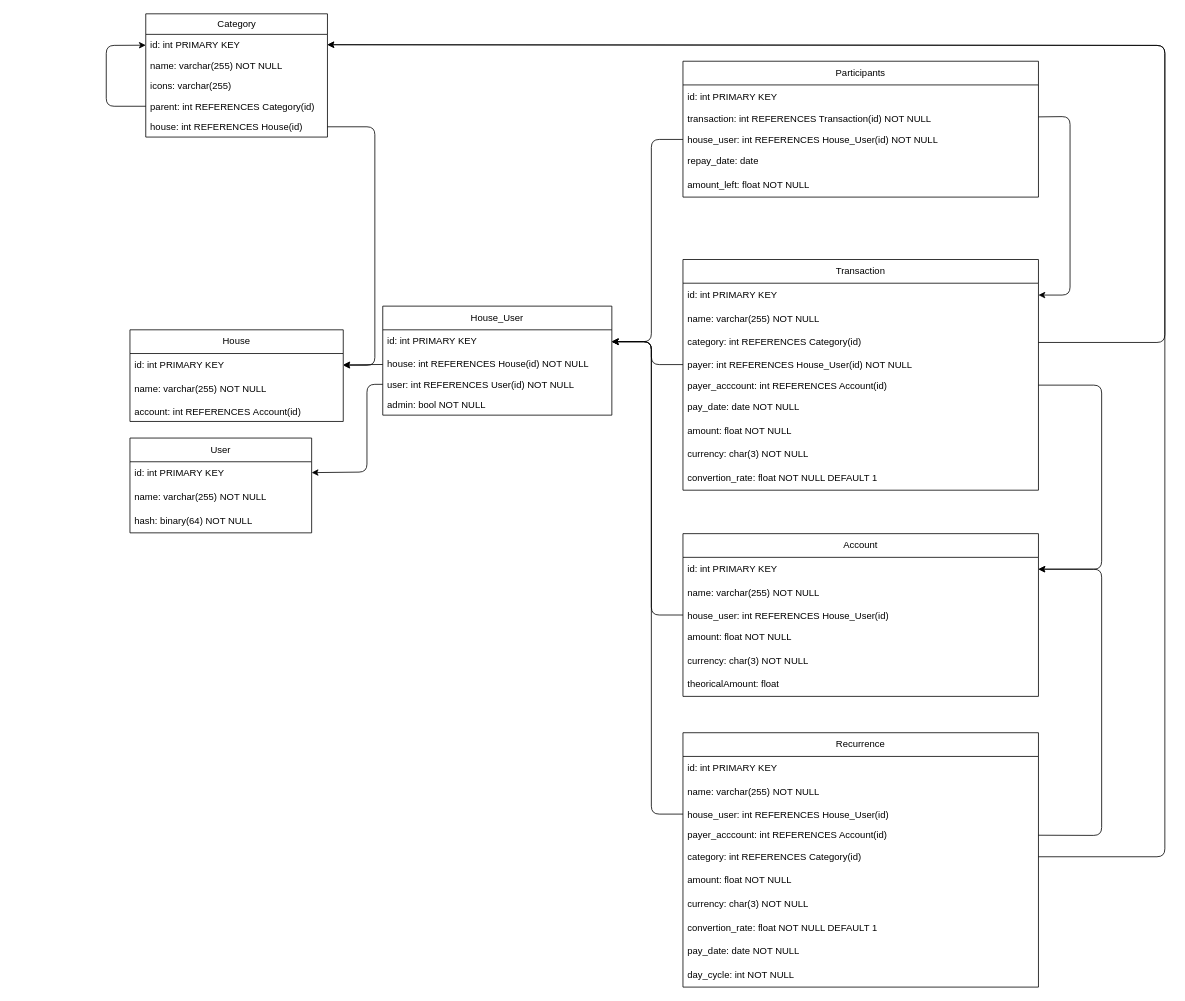
This is docs/tables.drawio from Rombond/budgestify, a draw.io file, before an edit. Source tidied: cells renumbered, new cells numbered last; positions are measured from the earlier drawing's top-left corner, leaving out a move shared by most shapes. Both pictures are drawn from the tidied source at 79%, with x=0, y=0 at pixel (106, 13).
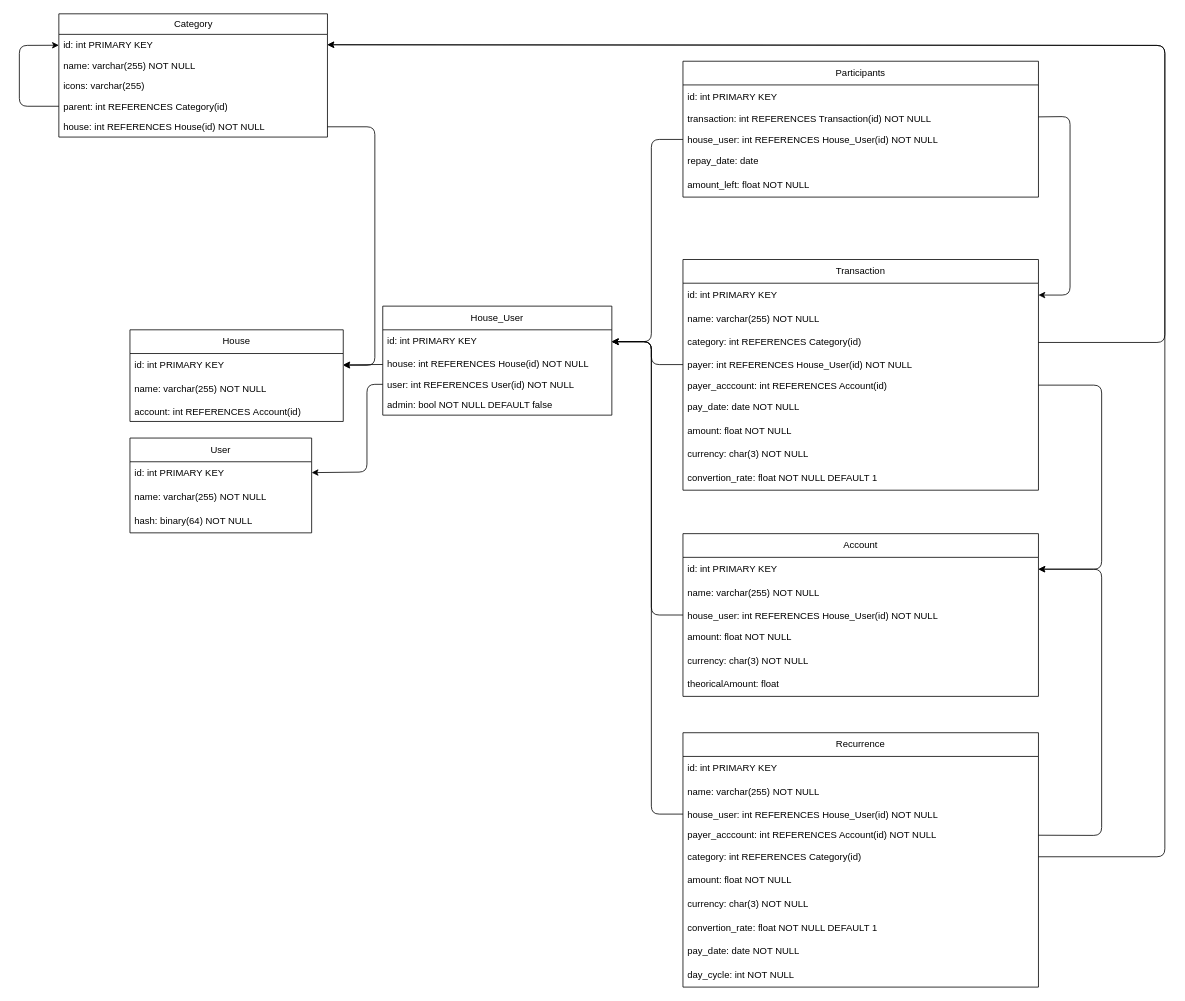
The same diagram, later.

Commit message (it also covers changes not shown here):
tables reworks

The change refers to these unchanged cells:
```xml
<mxCell id="17" value="House_User" style="swimlane;fontStyle=0;horizontal=1;startSize=30;whiteSpace=wrap;html=1;" parent="1" vertex="1">
  <mxGeometry x="350" y="370" width="290" height="138" as="geometry" />
</mxCell>
<mxCell id="42" value="Account" style="swimlane;fontStyle=0;horizontal=1;startSize=30;whiteSpace=wrap;html=1;" parent="1" vertex="1">
  <mxGeometry x="730" y="658" width="450" height="206" as="geometry" />
</mxCell>
<mxCell id="53" value="Recurrence" style="swimlane;fontStyle=0;horizontal=1;startSize=30;whiteSpace=wrap;html=1;" parent="1" vertex="1">
  <mxGeometry x="730" y="910" width="450" height="322" as="geometry" />
</mxCell>
```

Diff of the diagram source:
```diff
@@
     <mxCell id="2" value="Category" style="swimlane;fontStyle=0;horizontal=1;startSize=26;fillColor=none;html=1;" parent="1" vertex="1">
-      <mxGeometry x="50" width="230" height="156" as="geometry" />
+      <mxGeometry x="-60" width="340" height="156" as="geometry" />
     </mxCell>
     <mxCell id="3" value="id: int PRIMARY KEY" style="text;strokeColor=none;fillColor=none;align=left;verticalAlign=top;spacingLeft=4;spacingRight=4;overflow=hidden;points=[[0,0.5],[1,0.5]];portConstraint=eastwest;whiteSpace=wrap;html=1;" parent="2" vertex="1">
-      <mxGeometry y="26" width="230" height="26" as="geometry" />
+      <mxGeometry y="26" width="340" height="26" as="geometry" />
     </mxCell>
     <mxCell id="4" value="name: varchar(255) NOT NULL" style="text;strokeColor=none;fillColor=none;align=left;verticalAlign=top;spacingLeft=4;spacingRight=4;overflow=hidden;whiteSpace=wrap;html=1;" parent="2" vertex="1">
-      <mxGeometry y="52" width="230" height="26" as="geometry" />
+      <mxGeometry y="52" width="340" height="26" as="geometry" />
     </mxCell>
     <mxCell id="5" value="icons: varchar(255)&amp;nbsp;" style="text;strokeColor=none;fillColor=none;align=left;verticalAlign=top;spacingLeft=4;spacingRight=4;overflow=hidden;whiteSpace=wrap;html=1;" parent="2" vertex="1">
-      <mxGeometry y="78" width="230" height="26" as="geometry" />
+      <mxGeometry y="78" width="340" height="26" as="geometry" />
     </mxCell>
     <mxCell id="6" value="parent: int REFERENCES Category(id)" style="text;strokeColor=none;fillColor=none;align=left;verticalAlign=top;spacingLeft=4;spacingRight=4;overflow=hidden;points=[[0,0.5],[1,0.5]];portConstraint=eastwest;whiteSpace=wrap;html=1;" parent="2" vertex="1">
-      <mxGeometry y="104" width="230" height="26" as="geometry" />
+      <mxGeometry y="104" width="340" height="26" as="geometry" />
     </mxCell>
@@
-    <mxCell id="8" value="house: int REFERENCES House(id)" style="text;strokeColor=none;fillColor=none;align=left;verticalAlign=top;spacingLeft=4;spacingRight=4;overflow=hidden;points=[[0,0.5],[1,0.5]];portConstraint=eastwest;whiteSpace=wrap;html=1;" parent="2" vertex="1">
-      <mxGeometry y="130" width="230" height="26" as="geometry" />
+    <mxCell id="8" value="house: int REFERENCES House(id) NOT NULL" style="text;strokeColor=none;fillColor=none;align=left;verticalAlign=top;spacingLeft=4;spacingRight=4;overflow=hidden;points=[[0,0.5],[1,0.5]];portConstraint=eastwest;whiteSpace=wrap;html=1;" parent="2" vertex="1">
+      <mxGeometry y="130" width="340" height="26" as="geometry" />
     </mxCell>
@@
-    <mxCell id="21" value="admin: bool NOT NULL" style="text;strokeColor=none;fillColor=none;align=left;verticalAlign=top;spacingLeft=4;spacingRight=4;overflow=hidden;whiteSpace=wrap;html=1;" parent="17" vertex="1">
+    <mxCell id="21" value="admin: bool NOT NULL DEFAULT false" style="text;strokeColor=none;fillColor=none;align=left;verticalAlign=top;spacingLeft=4;spacingRight=4;overflow=hidden;whiteSpace=wrap;html=1;" parent="17" vertex="1">
       <mxGeometry y="112" width="290" height="26" as="geometry" />
     </mxCell>
@@
-    <mxCell id="45" value="house_user: int REFERENCES House_User(id)" style="text;strokeColor=none;fillColor=none;align=left;verticalAlign=top;spacingLeft=4;spacingRight=4;overflow=hidden;points=[[0,0.5],[1,0.5]];portConstraint=eastwest;whiteSpace=wrap;html=1;" parent="42" vertex="1">
+    <mxCell id="45" value="house_user: int REFERENCES House_User(id) NOT NULL" style="text;strokeColor=none;fillColor=none;align=left;verticalAlign=top;spacingLeft=4;spacingRight=4;overflow=hidden;points=[[0,0.5],[1,0.5]];portConstraint=eastwest;whiteSpace=wrap;html=1;" parent="42" vertex="1">
       <mxGeometry y="90" width="450" height="26" as="geometry" />
     </mxCell>
@@
-    <mxCell id="56" value="house_user: int REFERENCES House_User(id)" style="text;strokeColor=none;fillColor=none;align=left;verticalAlign=top;spacingLeft=4;spacingRight=4;overflow=hidden;points=[[0,0.5],[1,0.5]];portConstraint=eastwest;whiteSpace=wrap;html=1;" parent="53" vertex="1">
+    <mxCell id="56" value="house_user: int REFERENCES House_User(id) NOT NULL" style="text;strokeColor=none;fillColor=none;align=left;verticalAlign=top;spacingLeft=4;spacingRight=4;overflow=hidden;points=[[0,0.5],[1,0.5]];portConstraint=eastwest;whiteSpace=wrap;html=1;" parent="53" vertex="1">
       <mxGeometry y="90" width="450" height="26" as="geometry" />
     </mxCell>
-    <mxCell id="57" value="payer_acccount: int REFERENCES Account(id)" style="text;strokeColor=none;fillColor=none;align=left;verticalAlign=top;spacingLeft=4;spacingRight=4;overflow=hidden;points=[[0,0.5],[1,0.5]];portConstraint=eastwest;whiteSpace=wrap;html=1;" parent="53" vertex="1">
+    <mxCell id="57" value="payer_acccount: int REFERENCES Account(id) NOT NULL" style="text;strokeColor=none;fillColor=none;align=left;verticalAlign=top;spacingLeft=4;spacingRight=4;overflow=hidden;points=[[0,0.5],[1,0.5]];portConstraint=eastwest;whiteSpace=wrap;html=1;" parent="53" vertex="1">
       <mxGeometry y="116" width="450" height="26" as="geometry" />
     </mxCell>
```
